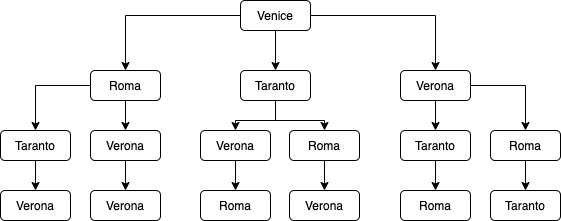
Earlier version of the draw.io export img/Untitled Diagram.png (gatihe/si702stara). Source tidied: cells renumbered, new cells last; positions are measured from the earlier drawing's top-left corner, leaving out a move shared by most shapes.
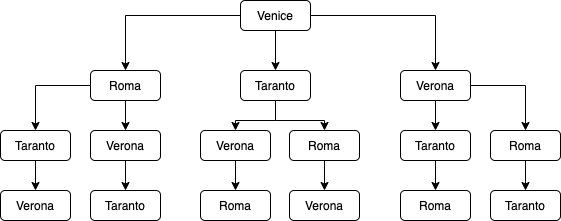
The same diagram one commit later.

What changed in the source:
```diff
@@ -80,7 +80,7 @@
     <mxCell id="27" value="Verona" style="rounded=1;whiteSpace=wrap;html=1;" parent="1" vertex="1">
       <mxGeometry y="190" width="70" height="30" as="geometry" />
     </mxCell>
-    <mxCell id="28" value="Verona" style="rounded=1;whiteSpace=wrap;html=1;" parent="1" vertex="1">
+    <mxCell id="28" value="Taranto" style="rounded=1;whiteSpace=wrap;html=1;" parent="1" vertex="1">
       <mxGeometry x="90" y="190" width="70" height="30" as="geometry" />
     </mxCell>
     <mxCell id="29" value="Roma" style="rounded=1;whiteSpace=wrap;html=1;" parent="1" vertex="1">
```
